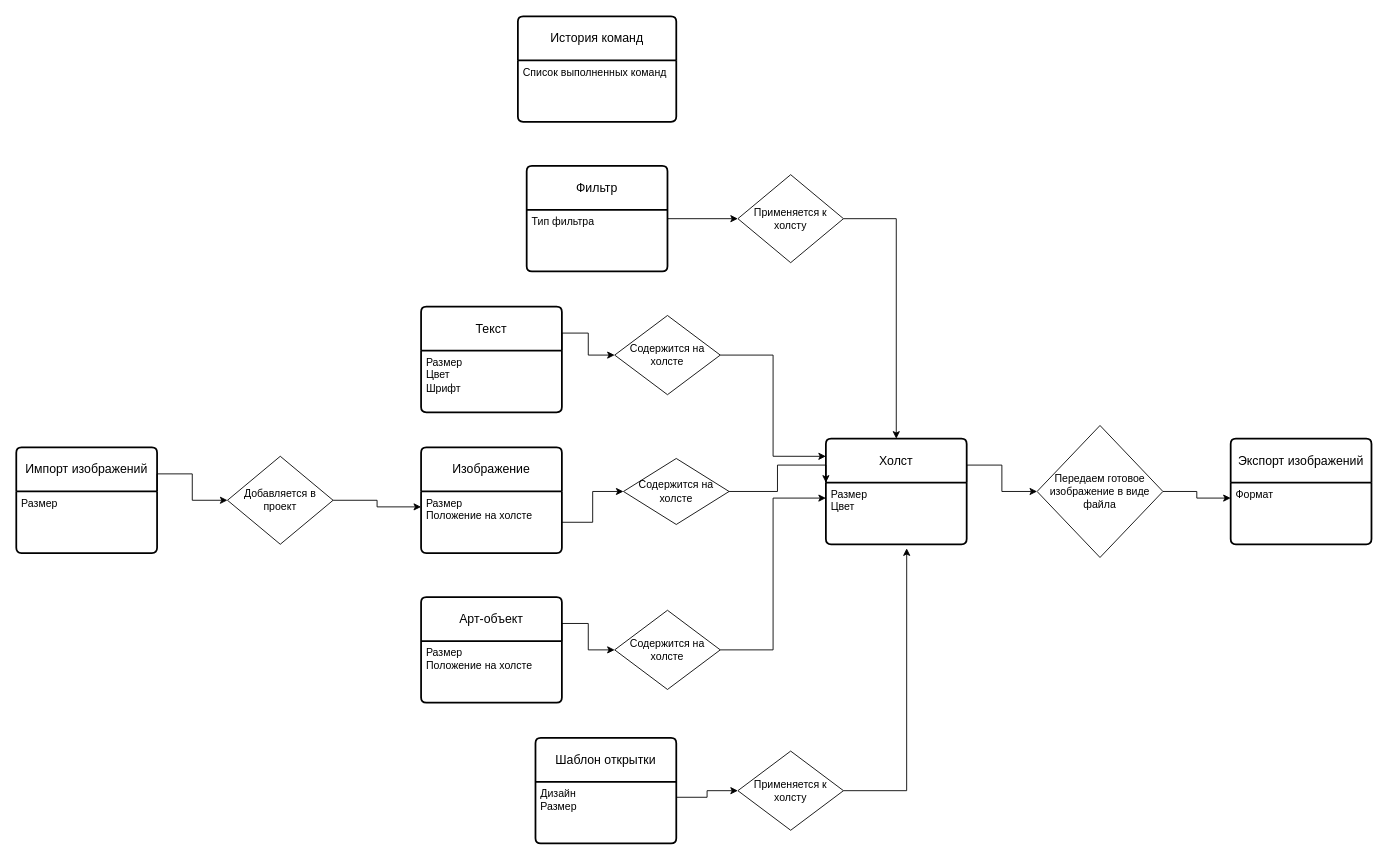
Above: CardMaker.drawio in dulumdomdom/CardMaker (draw.io), before the change. Source tidied: cells renumbered, new cells numbered last; positions are measured from the earlier drawing's top-left corner, leaving out a move shared by most shapes. Both pictures are drawn from the tidied source at 88%, with x=0, y=0 at pixel (16, 16).
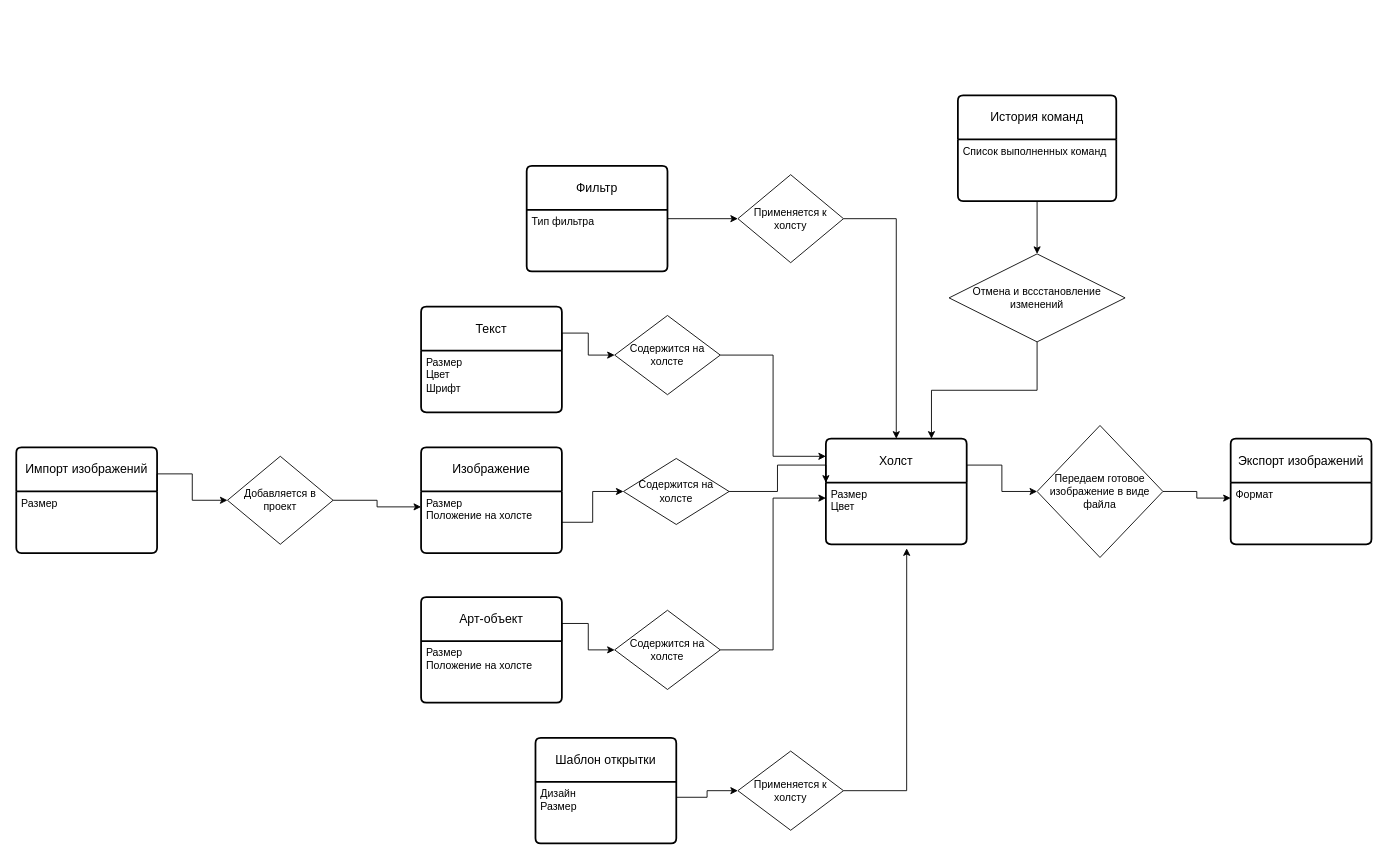
After the change.

The change refers to these unchanged cells:
```xml
<mxCell id="2" value="Холст" style="swimlane;horizontal=1;startSize=50;rounded=1;fontSize=14;fontStyle=0;strokeWidth=2;shadow=0;dashed=0;align=center;arcSize=4;whiteSpace=wrap;html=1;" parent="1" vertex="1">
  <mxGeometry x="920" y="480" width="160" height="120" as="geometry" />
</mxCell>
<mxCell id="16" value="Список выполненных команд" style="align=left;strokeColor=none;fillColor=none;spacingLeft=4;fontSize=12;verticalAlign=top;html=1;" parent="15" vertex="1">
  <mxGeometry y="50" width="180" height="70" as="geometry" />
</mxCell>
```

The edit, as a diff of the source:
```diff
@@
     <mxCell id="15" value="История команд" style="swimlane;horizontal=1;startSize=50;rounded=1;fontSize=14;fontStyle=0;strokeWidth=2;shadow=0;dashed=0;align=center;arcSize=4;whiteSpace=wrap;html=1;" parent="1" vertex="1">
-      <mxGeometry x="570" width="180" height="120" as="geometry" />
+      <mxGeometry x="1070" y="90" width="180" height="120" as="geometry" />
     </mxCell>
@@
+    <mxCell id="41" style="edgeStyle=orthogonalEdgeStyle;rounded=0;jettySize=auto;html=1;exitX=0.5;exitY=1;exitDx=0;exitDy=0;entryX=0.75;entryY=0;entryDx=0;entryDy=0;" parent="1" edge="1" source="42" target="2">
+      <mxGeometry relative="1" as="geometry" />
+    </mxCell>
+    <mxCell id="42" value="Отмена и вссстановление изменений" style="shape=rhombus;perimeter=rhombusPerimeter;whiteSpace=wrap;html=1;align=center;" parent="1" vertex="1">
+      <mxGeometry x="1060" y="270" width="200" height="100" as="geometry" />
+    </mxCell>
+    <mxCell id="43" style="edgeStyle=orthogonalEdgeStyle;rounded=0;jettySize=auto;html=1;exitX=0.5;exitY=1;exitDx=0;exitDy=0;entryX=0.5;entryY=0;entryDx=0;entryDy=0;" parent="1" edge="1" source="16" target="42">
+      <mxGeometry relative="1" as="geometry" />
+    </mxCell>
```
